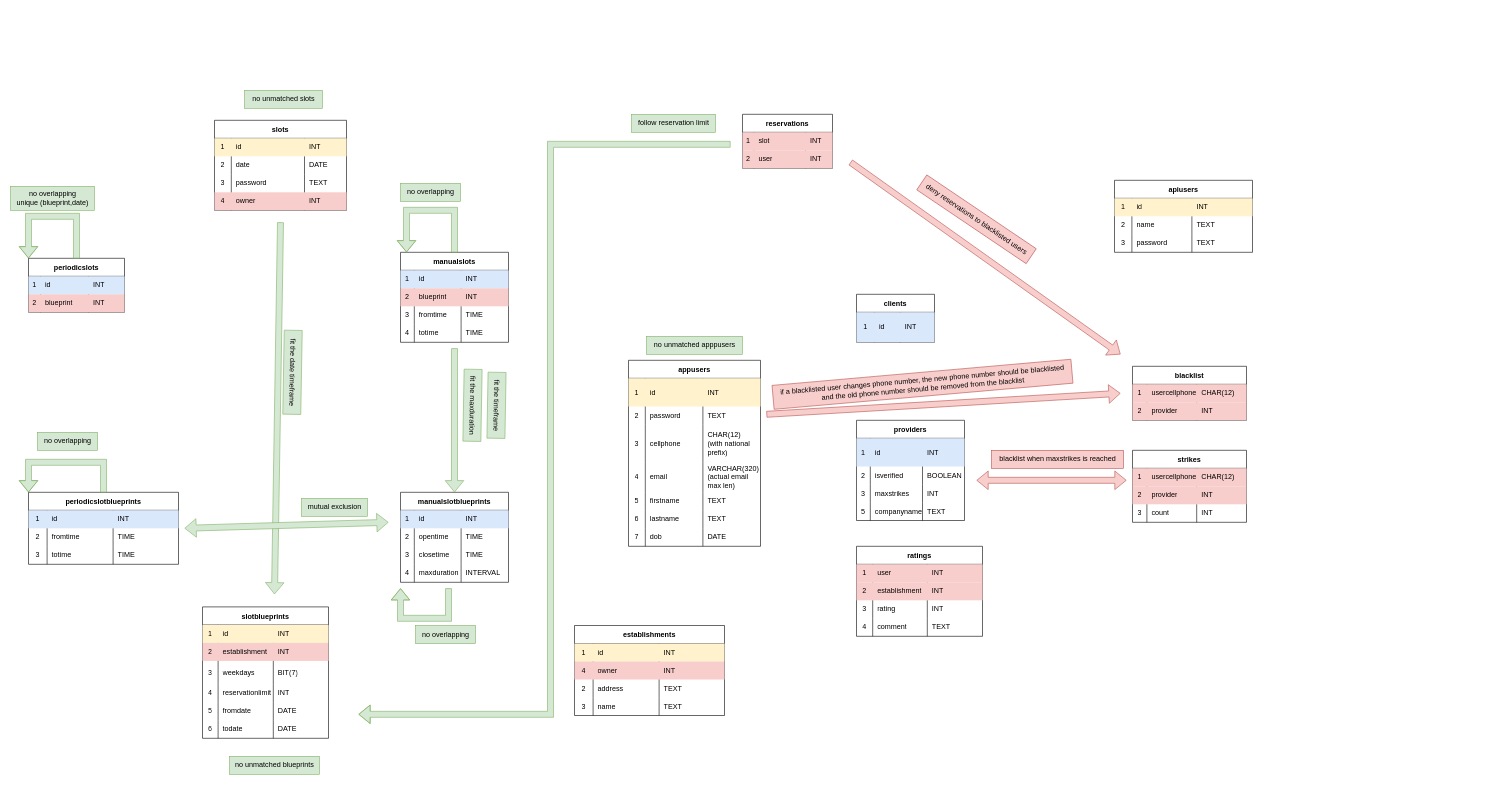
The draw.io diagram Database/Docs/integrityschema.drawio in Visco01/MyLocalBooking-IS2022, before the edit. Source tidied: cells renumbered, new cells numbered last; positions are measured from the earlier drawing's top-left corner, leaving out a move shared by most shapes. Both pictures are drawn from the tidied source at 60%, with x=0, y=0 at pixel (10, 90).
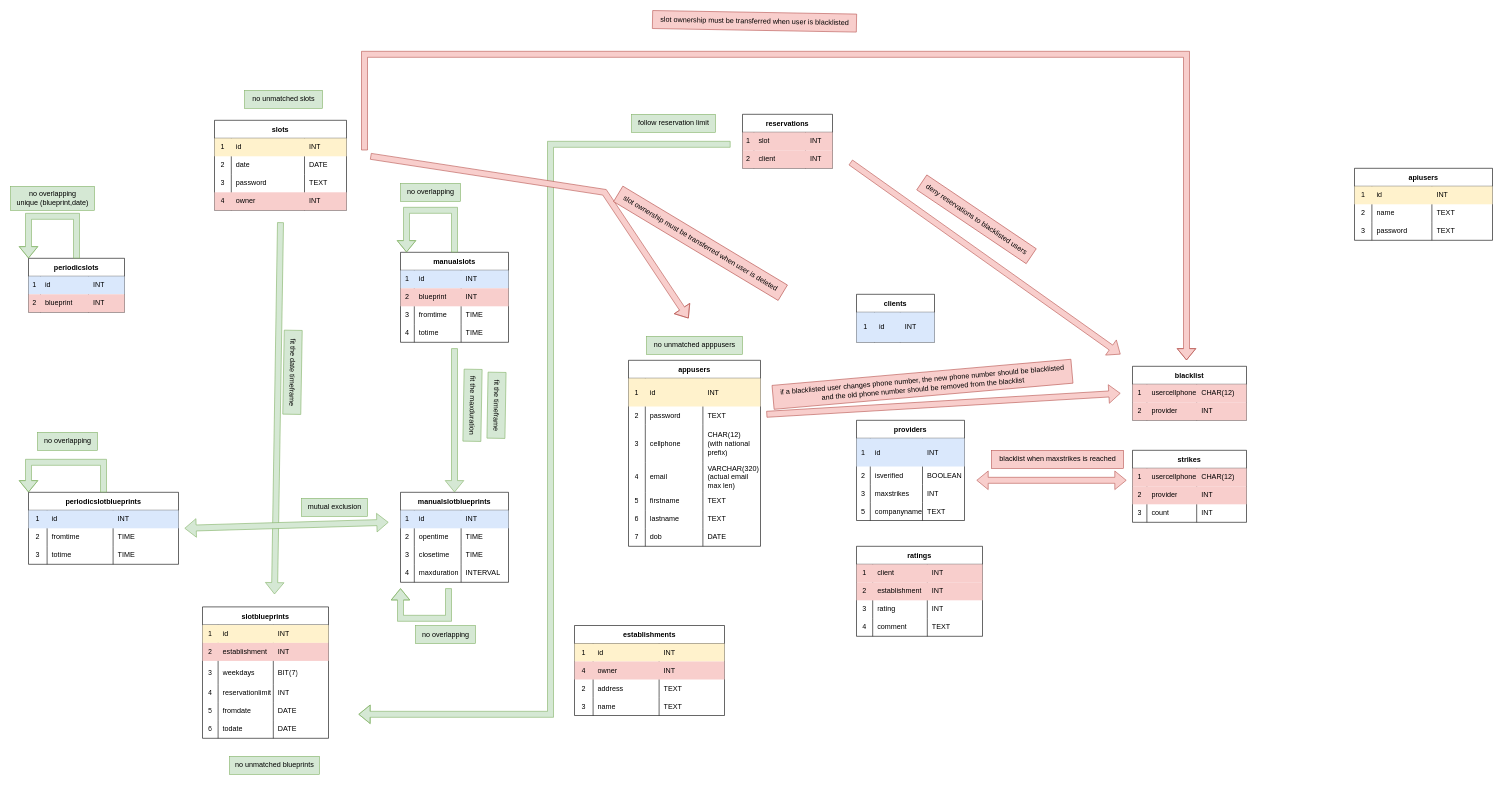
The same page after the edit.

Unchanged cells that the change refers to:
```xml
<mxCell id="92" style="shape=tableRow;horizontal=0;startSize=0;swimlaneHead=0;swimlaneBody=0;top=0;left=0;bottom=0;right=0;fillColor=#f8cecc;strokeColor=#b85450;" parent="87" vertex="1">
  <mxGeometry y="60" width="150" height="30" as="geometry" />
</mxCell>
<mxCell id="182" style="shape=tableRow;horizontal=0;startSize=0;swimlaneHead=0;swimlaneBody=0;top=0;left=0;bottom=0;right=0;fillColor=#f8cecc;strokeColor=#b85450;" parent="181" vertex="1">
  <mxGeometry y="30" width="210" height="30" as="geometry" />
</mxCell>
```

The edit, as a diff of the source:
```diff
@@
     <mxCell id="28" value="apiusers" style="shape=table;startSize=30;childLayout=tableLayout;rowLines=0;fontStyle=1;" parent="1" vertex="1">
-      <mxGeometry x="1840" y="150" width="230" height="120" as="geometry" />
+      <mxGeometry x="2240" y="130" width="230" height="120" as="geometry" />
     </mxCell>
@@
-    <mxCell id="94" value="user" style="shape=partialRectangle;html=1;whiteSpace=wrap;fillColor=none;top=0;left=0;bottom=0;right=0;align=left;spacingLeft=6;overflow=hidden;" parent="92" vertex="1">
+    <mxCell id="94" value="client" style="shape=partialRectangle;html=1;whiteSpace=wrap;fillColor=none;top=0;left=0;bottom=0;right=0;align=left;spacingLeft=6;overflow=hidden;" parent="92" vertex="1">
       <mxGeometry x="19" width="86" height="30" as="geometry" />
     </mxCell>
@@
-    <mxCell id="184" value="user" style="shape=partialRectangle;html=1;whiteSpace=wrap;fillColor=none;top=0;left=0;bottom=0;right=0;align=left;spacingLeft=6;overflow=hidden;" parent="182" vertex="1">
+    <mxCell id="184" value="client" style="shape=partialRectangle;html=1;whiteSpace=wrap;fillColor=none;top=0;left=0;bottom=0;right=0;align=left;spacingLeft=6;overflow=hidden;" parent="182" vertex="1">
       <mxGeometry x="27" width="91" height="30" as="geometry" />
     </mxCell>
@@
+    <mxCell id="255" style="shape=flexArrow;endArrow=classic;html=1;rounded=0;fillColor=#f8cecc;strokeColor=#b85450;edgeStyle=orthogonalEdgeStyle;" parent="1" edge="1">
+      <mxGeometry relative="1" as="geometry">
+        <mxPoint x="590" y="100" as="sourcePoint" />
+        <mxPoint x="1960" y="450" as="targetPoint" />
+        <Array as="points">
+          <mxPoint x="590" y="-60" />
+          <mxPoint x="1960" y="-60" />
+        </Array>
+      </mxGeometry>
+    </mxCell>
+    <mxCell id="256" value="slot ownership must be transferred when user is blacklisted" style="text;html=1;align=center;verticalAlign=middle;strokeColor=#b85450;fillColor=#f8cecc;rotation=1;" parent="1" vertex="1">
+      <mxGeometry x="1070" y="-130" width="340" height="30" as="geometry" />
+    </mxCell>
+    <mxCell id="257" style="shape=flexArrow;endArrow=classic;html=1;rounded=0;fillColor=#f8cecc;strokeColor=#b85450;" parent="1" edge="1">
+      <mxGeometry relative="1" as="geometry">
+        <mxPoint x="600" y="110" as="sourcePoint" />
+        <mxPoint x="1130" y="380" as="targetPoint" />
+        <Array as="points">
+          <mxPoint x="990" y="170" />
+        </Array>
+      </mxGeometry>
+    </mxCell>
+    <mxCell id="258" value="slot ownership must be transferred when user is deleted" style="text;html=1;align=center;verticalAlign=middle;strokeColor=#b85450;fillColor=#f8cecc;rotation=31;" parent="1" vertex="1">
+      <mxGeometry x="990" y="240" width="320" height="30" as="geometry" />
+    </mxCell>
```
